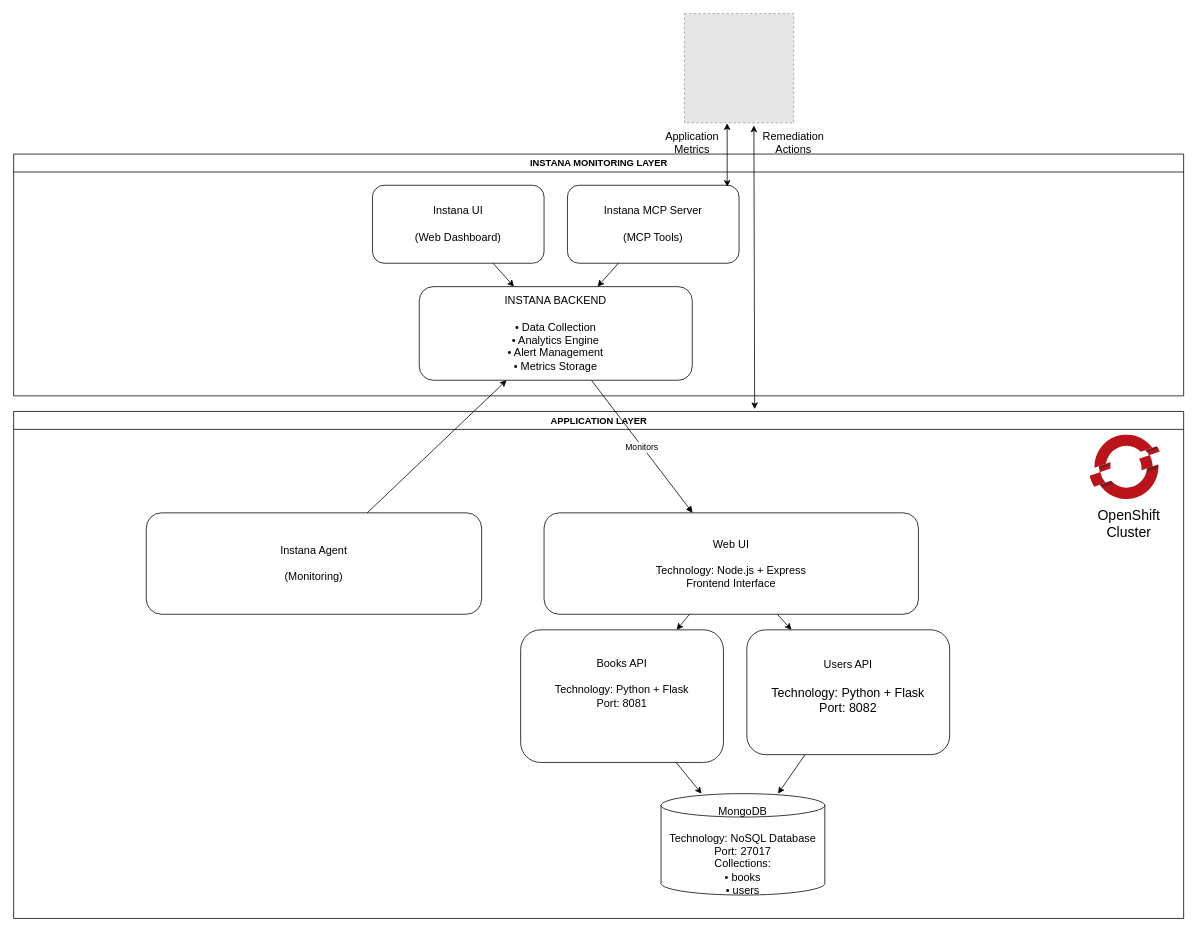
This is smart-incident-diagnosis-remediation/images/library-system-arch.io.drawio from IBM/bob-oic-tutorials, a draw.io file, before an edit. Source tidied: cells renumbered, new cells numbered last; positions are measured from the earlier drawing's top-left corner, leaving out a move shared by most shapes. Both pictures are drawn from the tidied source at 78%, with x=0, y=0 at pixel (13, 13). Pictures stored in the file or linked from it are replaced by grey dashed boxes.
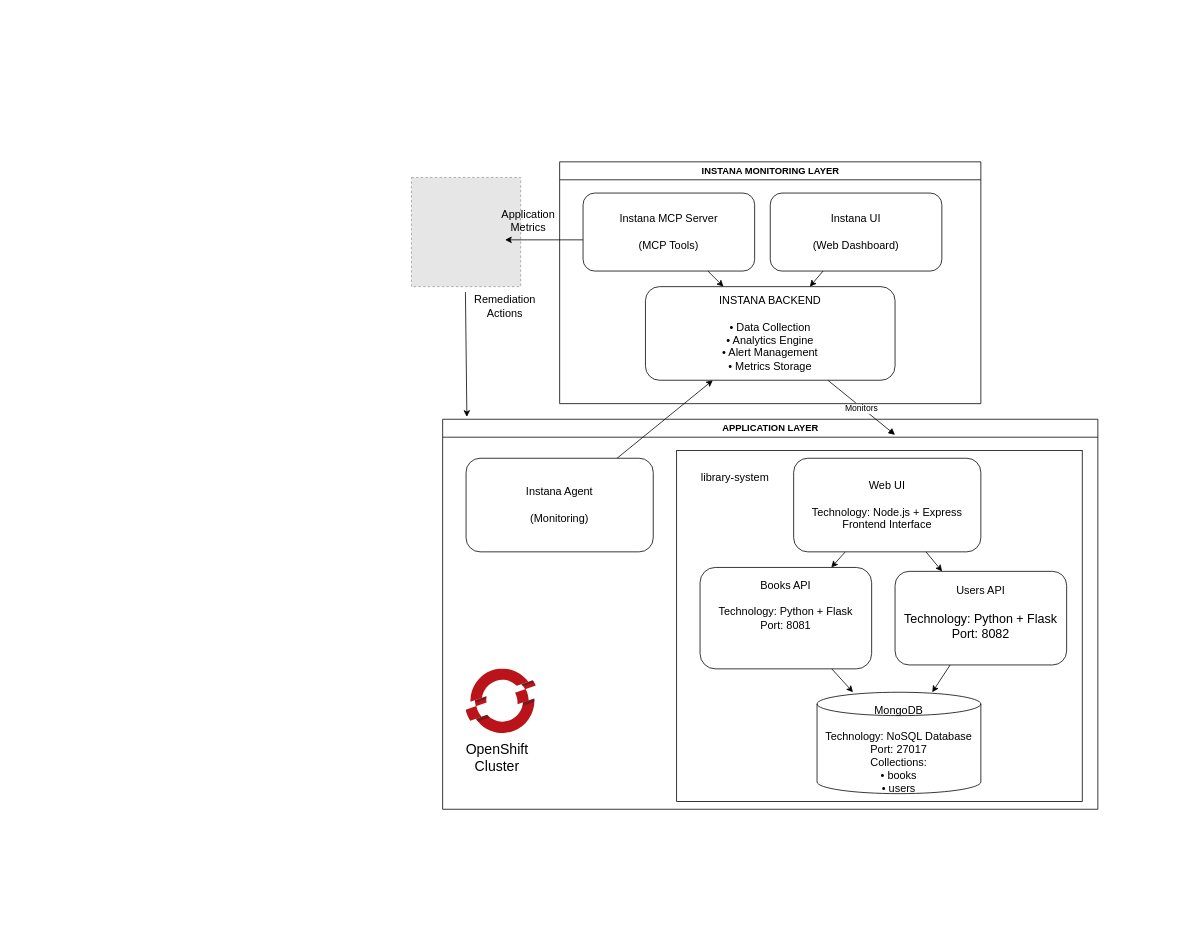
After the change.

The edit, as a diff of the source:
```diff
@@
-    <mxCell id="2" value="INSTANA MONITORING LAYER" style="swimlane;fontStyle=1;html=1;" parent="1" vertex="1">
-      <mxGeometry y="180" width="1500" height="310" as="geometry" />
-    </mxCell>
-    <mxCell id="3" value="&lt;font style=&quot;font-size: 14px;&quot;&gt;Instana UI&lt;br&gt;&lt;br&gt;(Web Dashboard)&lt;/font&gt;" style="rounded=1;whiteSpace=wrap;html=1;" parent="2" vertex="1">
-      <mxGeometry x="460" y="40" width="220" height="100" as="geometry" />
-    </mxCell>
-    <mxCell id="4" value="&lt;font style=&quot;font-size: 14px;&quot;&gt;Instana MCP Server&lt;br&gt;&lt;br&gt;(MCP Tools)&lt;/font&gt;" style="rounded=1;whiteSpace=wrap;html=1;" parent="2" vertex="1">
-      <mxGeometry x="710" y="40" width="220" height="100" as="geometry" />
-    </mxCell>
-    <mxCell id="5" value="&lt;font style=&quot;font-size: 14px;&quot;&gt;INSTANA BACKEND&lt;br&gt;&lt;br&gt;• Data Collection&lt;br&gt;• Analytics Engine&lt;br&gt;• Alert Management&lt;br&gt;• Metrics Storage&lt;/font&gt;" style="rounded=1;whiteSpace=wrap;html=1;" parent="2" vertex="1">
-      <mxGeometry x="520" y="170" width="350" height="120" as="geometry" />
-    </mxCell>
-    <mxCell id="6" parent="2" edge="1" source="3" target="5">
-      <mxGeometry relative="1" as="geometry" />
-    </mxCell>
-    <mxCell id="7" parent="2" edge="1" source="4" target="5">
-      <mxGeometry relative="1" as="geometry" />
-    </mxCell>
     <mxCell id="8" value="APPLICATION LAYER" style="swimlane;fontStyle=1;html=1;" parent="1" vertex="1">
-      <mxGeometry y="510" width="1500" height="650" as="geometry" />
+      <mxGeometry x="550" y="520" width="840" height="500" as="geometry" />
     </mxCell>
     <mxCell id="9" value="&lt;font style=&quot;font-size: 14px;&quot;&gt;Web UI&lt;br&gt;&lt;br&gt;Technology: Node.js + Express&lt;br&gt;Frontend Interface&lt;/font&gt;" style="rounded=1;whiteSpace=wrap;html=1;" parent="8" vertex="1">
-      <mxGeometry x="680" y="130" width="480" height="130" as="geometry" />
+      <mxGeometry x="450" y="50" width="240" height="120" as="geometry" />
     </mxCell>
     <mxCell id="10" value="&lt;font style=&quot;font-size: 14px;&quot;&gt;Books API&lt;br&gt;&lt;br&gt;Technology: Python + Flask&lt;br&gt;Port: 8081&lt;br&gt;&lt;br&gt;&lt;br&gt;&lt;/font&gt;" style="rounded=1;whiteSpace=wrap;html=1;" parent="8" vertex="1">
-      <mxGeometry x="650" y="280" width="260" height="170" as="geometry" />
+      <mxGeometry x="330" y="190" width="220" height="130" as="geometry" />
     </mxCell>
     <mxCell id="11" value="&lt;div&gt;&lt;span style=&quot;background-color: transparent; color: light-dark(rgb(0, 0, 0), rgb(255, 255, 255));&quot;&gt;&lt;font style=&quot;font-size: 14px;&quot;&gt;Users API&lt;/font&gt;&lt;/span&gt;&lt;/div&gt;&lt;font style=&quot;&quot;&gt;&lt;font size=&quot;3&quot;&gt;&lt;br&gt;Technology: Python + Flask&lt;br&gt;Port: 8082&lt;br&gt;&lt;/font&gt;&lt;br&gt;&lt;/font&gt;" style="rounded=1;whiteSpace=wrap;html=1;" parent="8" vertex="1">
-      <mxGeometry x="940" y="280" width="260" height="160" as="geometry" />
+      <mxGeometry x="580" y="195" width="220" height="120" as="geometry" />
     </mxCell>
     <mxCell id="12" value="&lt;div&gt;&lt;font style=&quot;font-size: 14px;&quot;&gt;&lt;br&gt;&lt;/font&gt;&lt;/div&gt;&lt;font style=&quot;font-size: 14px;&quot;&gt;MongoDB&lt;br&gt;&lt;br&gt;Technology: NoSQL Database&lt;br&gt;Port: 27017&lt;br&gt;Collections:&lt;br&gt;• books&lt;br&gt;• users&lt;/font&gt;" style="shape=cylinder3;whiteSpace=wrap;html=1;" parent="8" vertex="1">
-      <mxGeometry x="830" y="490" width="210" height="130" as="geometry" />
+      <mxGeometry x="480" y="350" width="210" height="130" as="geometry" />
     </mxCell>
@@
     <mxCell id="17" value="&lt;font style=&quot;font-size: 14px;&quot;&gt;Instana Agent&lt;br&gt;&lt;br&gt;(Monitoring)&lt;/font&gt;" style="rounded=1;whiteSpace=wrap;html=1;" parent="8" vertex="1">
-      <mxGeometry x="170" y="130" width="430" height="130" as="geometry" />
+      <mxGeometry x="30" y="50" width="240" height="120" as="geometry" />
     </mxCell>
     <mxCell id="18" value="&lt;font style=&quot;font-size: 18px;&quot;&gt;OpenShift Cluster&lt;/font&gt;" style="text;html=1;whiteSpace=wrap;strokeColor=none;fillColor=none;align=center;verticalAlign=middle;rounded=0;" parent="8" vertex="1">
-      <mxGeometry x="1380" y="70" width="100" height="150" as="geometry" />
+      <mxGeometry x="20" y="360" width="100" height="150" as="geometry" />
     </mxCell>
     <mxCell id="19" style="image;sketch=0;html=1;align=center;fontSize=12;image=img/lib/mscae/OpenShift.svg;" parent="8" vertex="1">
-      <mxGeometry x="1380" y="30" width="90" height="82.8" as="geometry" />
+      <mxGeometry x="30" y="320" width="90" height="82.8" as="geometry" />
     </mxCell>
+    <mxCell id="27" value="&lt;font style=&quot;font-size: 14px;&quot;&gt;library-system&lt;/font&gt;" style="text;html=1;whiteSpace=wrap;strokeColor=none;fillColor=none;align=center;verticalAlign=middle;rounded=0;" parent="8" vertex="1">
+      <mxGeometry x="330" y="60" width="90" height="30" as="geometry" />
+    </mxCell>
+    <mxCell id="28" style="rounded=0;whiteSpace=wrap;html=1;fillColor=none;" parent="8" vertex="1">
+      <mxGeometry x="300" y="40" width="520" height="450" as="geometry" />
+    </mxCell>
-    <mxCell id="20" value="Monitors" style="endArrow=block;" parent="1" edge="1" source="5" target="9">
-      <mxGeometry relative="1" as="geometry" />
+    <mxCell id="20" value="Monitors" style="endArrow=block;" parent="1" edge="1" source="5">
+      <mxGeometry relative="1" as="geometry">
+        <mxPoint x="1130" y="540" as="targetPoint" />
+      </mxGeometry>
     </mxCell>
@@
     <mxCell id="22" style="fillColor=#E6E6E6;strokeColor=#999999;dashed=1;verticalLabelPosition=bottom;labelBackgroundColor=default;verticalAlign=top;" parent="1" vertex="1">
-      <mxGeometry x="860" width="140" height="140" as="geometry" />
+      <mxGeometry x="510" y="210" width="140" height="140" as="geometry" />
     </mxCell>
-    <mxCell id="23" style="endArrow=classic;startArrow=classic;html=1;rounded=0;exitX=0.931;exitY=0.02;exitDx=0;exitDy=0;exitPerimeter=0;entryX=0.391;entryY=1.004;entryDx=0;entryDy=0;entryPerimeter=0;" parent="1" edge="1" source="4" target="22">
-      <mxGeometry relative="1" as="geometry" />
-    </mxCell>
-    <mxCell id="24" style="endArrow=classic;startArrow=classic;html=1;rounded=0;entryX=0.636;entryY=1.024;entryDx=0;entryDy=0;entryPerimeter=0;" parent="1" edge="1" target="22">
-      <mxGeometry relative="1" as="geometry">
-        <mxPoint x="950" y="507" as="sourcePoint" />
-      </mxGeometry>
-    </mxCell>
     <mxCell id="25" value="&lt;font style=&quot;font-size: 14px;&quot;&gt;Application&lt;br&gt;Metrics&lt;/font&gt;" style="text;html=1;whiteSpace=wrap;strokeColor=none;fillColor=none;align=center;verticalAlign=middle;rounded=0;" parent="1" vertex="1">
-      <mxGeometry x="840" y="150" width="60" height="30" as="geometry" />
+      <mxGeometry x="630" y="250" width="60" height="30" as="geometry" />
     </mxCell>
     <mxCell id="26" value="&lt;font style=&quot;font-size: 14px;&quot;&gt;Remediation Actions&lt;/font&gt;" style="text;html=1;whiteSpace=wrap;strokeColor=none;fillColor=none;align=center;verticalAlign=middle;rounded=0;" parent="1" vertex="1">
-      <mxGeometry x="970" y="150" width="60" height="30" as="geometry" />
+      <mxGeometry x="600" y="360" width="60" height="30" as="geometry" />
     </mxCell>
+    <mxCell id="2" value="INSTANA MONITORING LAYER" style="swimlane;fontStyle=1;html=1;" parent="1" vertex="1">
+      <mxGeometry x="700" y="190" width="540" height="310" as="geometry" />
+    </mxCell>
+    <mxCell id="3" value="&lt;font style=&quot;font-size: 14px;&quot;&gt;Instana UI&lt;br&gt;&lt;br&gt;(Web Dashboard)&lt;/font&gt;" style="rounded=1;whiteSpace=wrap;html=1;" parent="2" vertex="1">
+      <mxGeometry x="270" y="40" width="220" height="100" as="geometry" />
+    </mxCell>
+    <mxCell id="4" value="&lt;font style=&quot;font-size: 14px;&quot;&gt;Instana MCP Server&lt;br&gt;&lt;br&gt;(MCP Tools)&lt;/font&gt;" style="rounded=1;whiteSpace=wrap;html=1;" parent="2" vertex="1">
+      <mxGeometry x="30" y="40" width="220" height="100" as="geometry" />
+    </mxCell>
+    <mxCell id="5" value="&lt;font style=&quot;font-size: 14px;&quot;&gt;INSTANA BACKEND&lt;br&gt;&lt;br&gt;• Data Collection&lt;br&gt;• Analytics Engine&lt;br&gt;• Alert Management&lt;br&gt;• Metrics Storage&lt;/font&gt;" style="rounded=1;whiteSpace=wrap;html=1;" parent="2" vertex="1">
+      <mxGeometry x="110" y="160" width="320" height="120" as="geometry" />
+    </mxCell>
+    <mxCell id="6" parent="2" edge="1" source="3" target="5">
+      <mxGeometry relative="1" as="geometry" />
+    </mxCell>
+    <mxCell id="7" parent="2" edge="1" source="4" target="5">
+      <mxGeometry relative="1" as="geometry" />
+    </mxCell>
+    <mxCell id="29" style="endArrow=classic;html=1;rounded=0;exitX=0;exitY=0.5;exitDx=0;exitDy=0;" parent="2" edge="1">
+      <mxGeometry relative="1" as="geometry">
+        <mxPoint x="30" y="100" as="sourcePoint" />
+        <mxPoint x="-70" y="100" as="targetPoint" />
+      </mxGeometry>
+    </mxCell>
+    <mxCell id="30" style="endArrow=classic;html=1;rounded=0;entryX=0.037;entryY=-0.006;entryDx=0;entryDy=0;entryPerimeter=0;" parent="1" edge="1" target="8">
+      <mxGeometry relative="1" as="geometry">
+        <mxPoint x="579.2" y="357" as="sourcePoint" />
+      </mxGeometry>
+    </mxCell>
```
